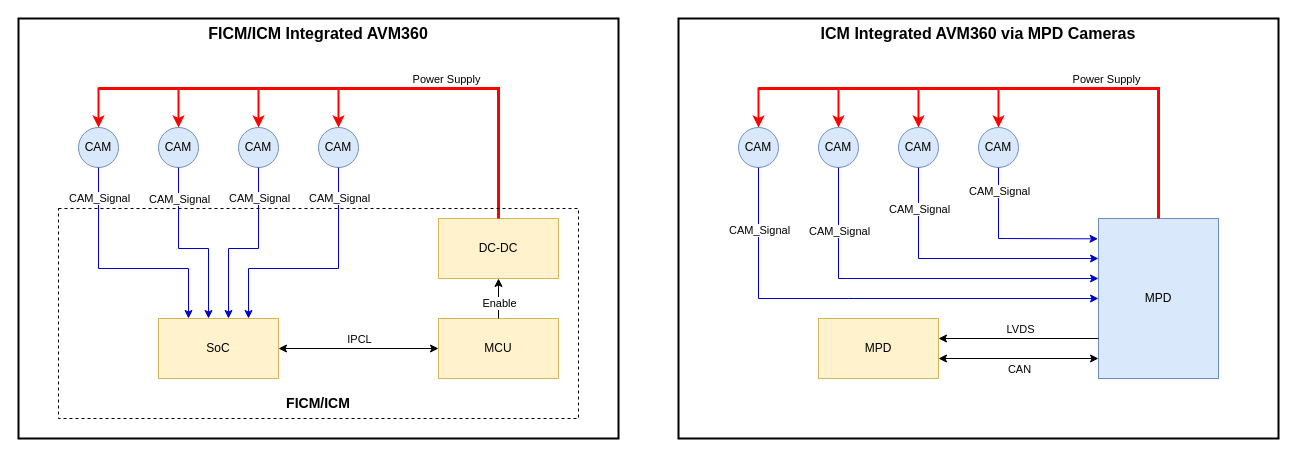
The draw.io diagram res/drawio/ic_avm_camera_pm_sw.drawio in luojun6/ic_jupyter_widgets, before the edit. Source tidied: cells renumbered, new cells numbered last; positions are measured from the earlier drawing's top-left corner, leaving out a move shared by most shapes. Both pictures are drawn from the tidied source at 100%, with x=0, y=0 at pixel (18, 18).
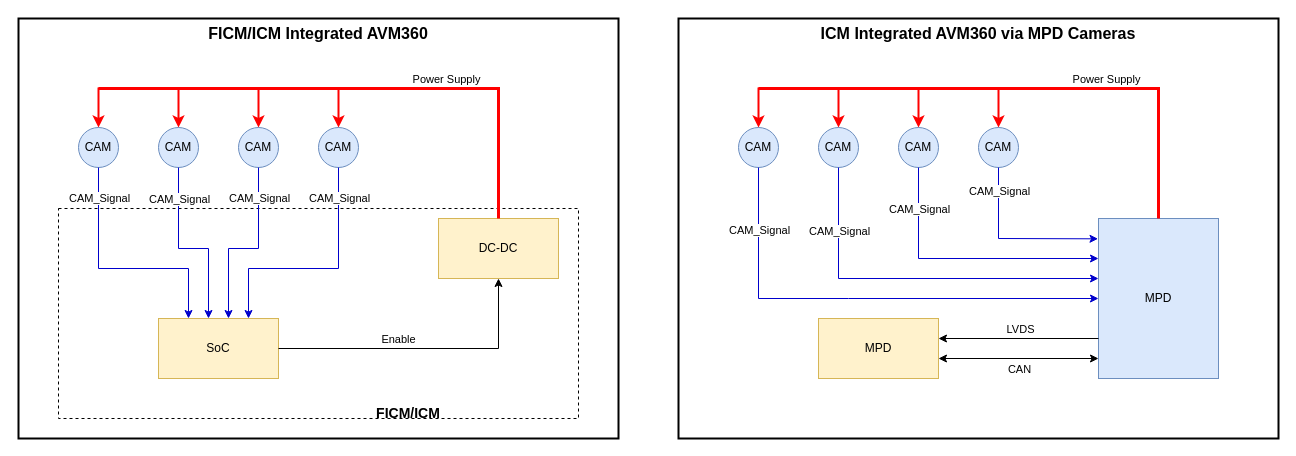
The same diagram, later.

Commit message (it also covers changes not shown here):
Added key sequency diagram.

The change refers to these unchanged cells:
```xml
<mxCell id="4" value="SoC" style="rounded=0;whiteSpace=wrap;html=1;fillColor=#fff2cc;strokeColor=#d6b656;" parent="1" vertex="1">
  <mxGeometry x="140" y="300" width="120" height="60" as="geometry" />
</mxCell>
<mxCell id="6" value="DC-DC" style="rounded=0;whiteSpace=wrap;html=1;fillColor=#fff2cc;strokeColor=#d6b656;" parent="1" vertex="1">
  <mxGeometry x="420" y="200" width="120" height="60" as="geometry" />
</mxCell>
```

What changed in the source:
```diff
@@
+    <mxCell id="29" style="rounded=0;whiteSpace=wrap;html=1;fillColor=none;glass=0;dashed=1;" parent="1" vertex="1">
+      <mxGeometry x="40" y="190" width="520" height="210" as="geometry" />
+    </mxCell>
@@
-    <mxCell id="5" value="MCU" style="rounded=0;whiteSpace=wrap;html=1;fillColor=#fff2cc;strokeColor=#d6b656;" parent="1" vertex="1">
-      <mxGeometry x="420" y="300" width="120" height="60" as="geometry" />
-    </mxCell>
@@
-    <mxCell id="11" style="endArrow=classic;html=1;rounded=0;exitX=0.5;exitY=0;exitDx=0;exitDy=0;entryX=0.5;entryY=1;entryDx=0;entryDy=0;" parent="1" edge="1" source="5" target="6">
-      <mxGeometry relative="1" as="geometry" />
+    <mxCell id="11" style="endArrow=classic;html=1;rounded=0;exitX=1;exitY=0.5;exitDx=0;exitDy=0;entryX=0.5;entryY=1;entryDx=0;entryDy=0;" parent="1" edge="1" source="4" target="6">
+      <mxGeometry relative="1" as="geometry">
+        <Array as="points">
+          <mxPoint x="480" y="330" />
+        </Array>
+      </mxGeometry>
     </mxCell>
     <mxCell id="12" value="Enable" style="edgeLabel;html=1;align=center;verticalAlign=middle;" parent="11" vertex="1">
       <mxGeometry x="-0.2" y="3" relative="1" as="geometry">
-        <mxPoint x="3" as="offset" />
+        <mxPoint x="3" y="-7" as="offset" />
       </mxGeometry>
     </mxCell>
@@
-    <mxCell id="19" style="endArrow=classic;startArrow=classic;html=1;rounded=0;exitX=1;exitY=0.5;exitDx=0;exitDy=0;entryX=0;entryY=0.5;entryDx=0;entryDy=0;" parent="1" edge="1" source="4" target="5">
-      <mxGeometry relative="1" as="geometry" />
-    </mxCell>
-    <mxCell id="20" value="IPCL" style="edgeLabel;html=1;align=center;verticalAlign=middle;" parent="19" vertex="1">
-      <mxGeometry x="0.28" y="1" relative="1" as="geometry">
-        <mxPoint x="-22" y="-9" as="offset" />
-      </mxGeometry>
-    </mxCell>
@@
-    <mxCell id="29" style="rounded=0;whiteSpace=wrap;html=1;fillColor=none;glass=0;dashed=1;" parent="1" vertex="1">
-      <mxGeometry x="40" y="190" width="520" height="210" as="geometry" />
-    </mxCell>
@@
     <mxCell id="31" value="FICM/ICM" style="text;strokeColor=none;align=center;fillColor=none;html=1;verticalAlign=middle;whiteSpace=wrap;rounded=0;strokeWidth=1;fontSize=14;fontStyle=1;" parent="1" vertex="1">
-      <mxGeometry x="40" y="370" width="520" height="30" as="geometry" />
+      <mxGeometry x="130" y="380" width="520" height="30" as="geometry" />
     </mxCell>
```
